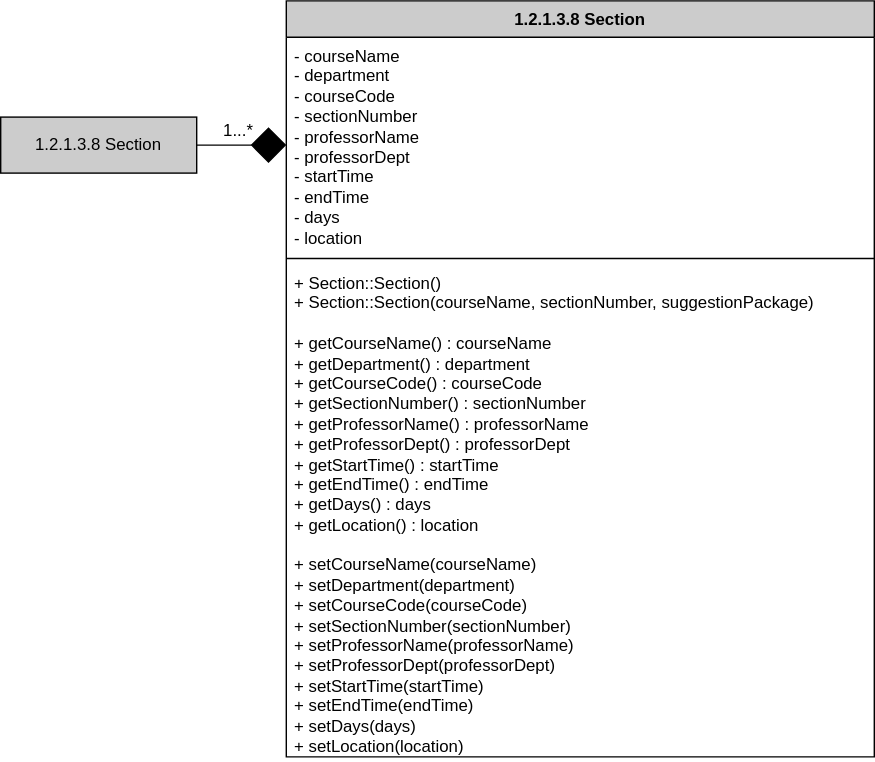
Before: Logic/TeamTwoFiles/1.2.1.3.8SectionClassDiagram.svg, a diagram exported from draw.io (MckennahPalmer/CSE430). Source tidied: cells renumbered, new cells last; positions are measured from the earlier drawing's top-left corner, leaving out a move shared by most shapes. Source of this version:
```xml
<mxGraphModel>
  <root>
    <mxCell id="0" />
    <mxCell id="1" parent="0" />
    <mxCell id="2" value="1.2.1.3.8 Section" style="swimlane;fontStyle=1;align=center;verticalAlign=top;horizontal=1;startSize=26;whiteSpace=wrap;html=1;fillColor=#CCCCCC;" parent="1" vertex="1">
      <mxGeometry x="204" width="420" height="540" as="geometry" />
    </mxCell>
    <mxCell id="3" value="- courseName&lt;br&gt;- department&lt;br&gt;- courseCode&lt;br&gt;- sectionNumber&lt;br&gt;- professorName&lt;br&gt;- professorDept&lt;br&gt;- startTime&lt;br&gt;- endTime&lt;br&gt;- days&lt;br&gt;- location" style="text;strokeColor=none;fillColor=none;align=left;verticalAlign=top;spacingLeft=4;spacingRight=4;overflow=hidden;points=[[0,0.5],[1,0.5]];portConstraint=eastwest;whiteSpace=wrap;html=1;" parent="2" vertex="1">
      <mxGeometry y="26" width="420" height="154" as="geometry" />
    </mxCell>
    <mxCell id="4" style="line;strokeWidth=1;fillColor=none;align=left;verticalAlign=middle;spacingTop=-1;spacingLeft=3;spacingRight=3;labelPosition=right;strokeColor=inherit;" parent="2" vertex="1">
      <mxGeometry y="180" width="420" height="8" as="geometry" />
    </mxCell>
    <mxCell id="5" value="+ Section::Section()&lt;br&gt;+ Section::Section(courseName, sectionNumber, suggestionPackage)&lt;br&gt;&lt;br&gt;+ getCourseName() : courseName&lt;br&gt;+ getDepartment() : department&lt;br&gt;+ getCourseCode() : courseCode&lt;br&gt;+ getSectionNumber() : sectionNumber&lt;br&gt;+ getProfessorName() : professorName&lt;br&gt;+ getProfessorDept() : professorDept&lt;br&gt;+ getStartTime() : startTime&lt;br&gt;+ getEndTime() : endTime&lt;br&gt;+ getDays() : days&lt;br&gt;+ getLocation() : location&lt;br&gt;&lt;br&gt;+ setCourseName(courseName)&lt;br style=&quot;border-color: var(--border-color);&quot;&gt;+ setDepartment(department)&lt;br style=&quot;border-color: var(--border-color);&quot;&gt;+ setCourseCode(courseCode)&lt;br style=&quot;border-color: var(--border-color);&quot;&gt;+ setSectionNumber(sectionNumber)&lt;br style=&quot;border-color: var(--border-color);&quot;&gt;+ setProfessorName(professorName)&lt;br style=&quot;border-color: var(--border-color);&quot;&gt;+ setProfessorDept(professorDept)&lt;br style=&quot;border-color: var(--border-color);&quot;&gt;+ setStartTime(startTime)&lt;br style=&quot;border-color: var(--border-color);&quot;&gt;+ setEndTime(endTime)&lt;br style=&quot;border-color: var(--border-color);&quot;&gt;+ setDays(days)&lt;br style=&quot;border-color: var(--border-color);&quot;&gt;+ setLocation(location)" style="text;strokeColor=none;fillColor=none;align=left;verticalAlign=top;spacingLeft=4;spacingRight=4;overflow=hidden;whiteSpace=wrap;html=1;" parent="2" vertex="1">
      <mxGeometry y="188" width="420" height="352" as="geometry" />
    </mxCell>
    <mxCell id="6" value="1.2.1.3.8 Section" style="rounded=0;whiteSpace=wrap;html=1;fillColor=#CCCCCC;" parent="1" vertex="1">
      <mxGeometry y="83" width="140" height="40" as="geometry" />
    </mxCell>
    <mxCell id="7" style="endArrow=diamond;html=1;rounded=0;endFill=1;endSize=23;exitX=1;exitY=0.5;exitDx=0;exitDy=0;entryX=0;entryY=0.5;entryDx=0;entryDy=0;" parent="1" edge="1" source="6" target="3">
      <mxGeometry relative="1" as="geometry" />
    </mxCell>
    <mxCell id="8" value="1...*" style="text;html=1;align=center;verticalAlign=middle;whiteSpace=wrap;rounded=0;" parent="1" vertex="1">
      <mxGeometry x="140" y="78" width="60" height="30" as="geometry" />
    </mxCell>
  </root>
</mxGraphModel>
```
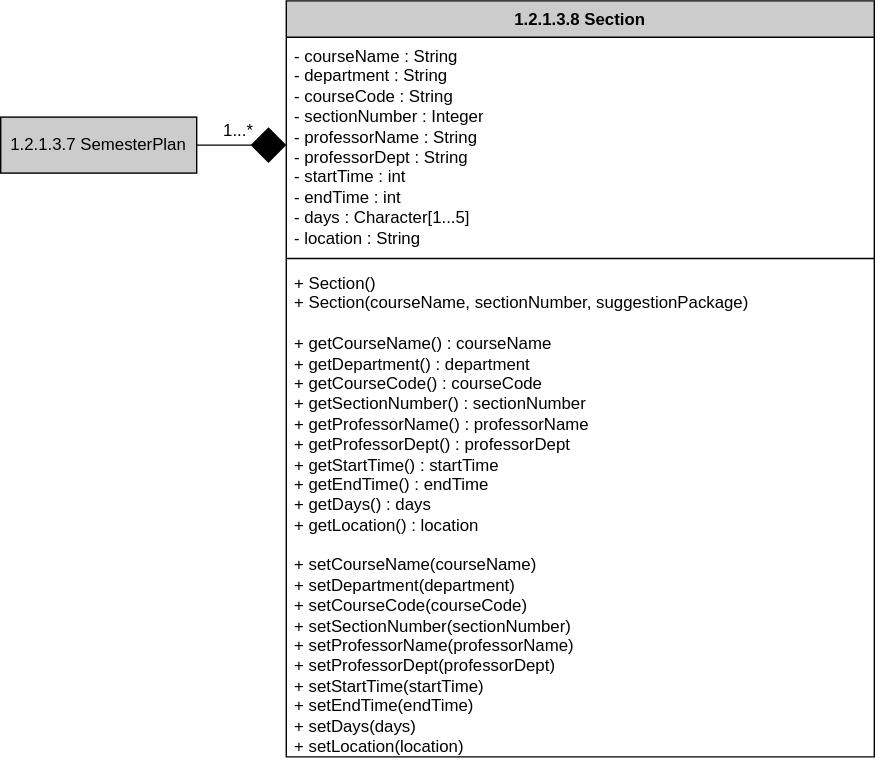
The same diagram one commit later.

Change to the diagram source:
```diff
@@ -5,16 +5,16 @@
     <mxCell id="2" value="1.2.1.3.8 Section" style="swimlane;fontStyle=1;align=center;verticalAlign=top;horizontal=1;startSize=26;whiteSpace=wrap;html=1;fillColor=#CCCCCC;" parent="1" vertex="1">
       <mxGeometry x="204" width="420" height="540" as="geometry" />
     </mxCell>
-    <mxCell id="3" value="- courseName&lt;br&gt;- department&lt;br&gt;- courseCode&lt;br&gt;- sectionNumber&lt;br&gt;- professorName&lt;br&gt;- professorDept&lt;br&gt;- startTime&lt;br&gt;- endTime&lt;br&gt;- days&lt;br&gt;- location" style="text;strokeColor=none;fillColor=none;align=left;verticalAlign=top;spacingLeft=4;spacingRight=4;overflow=hidden;points=[[0,0.5],[1,0.5]];portConstraint=eastwest;whiteSpace=wrap;html=1;" parent="2" vertex="1">
+    <mxCell id="3" value="- courseName : String&lt;br&gt;- department : String&lt;br&gt;- courseCode : String&lt;br&gt;- sectionNumber : Integer&lt;br&gt;- professorName : String&lt;br&gt;- professorDept : String&lt;br&gt;- startTime : int&lt;br&gt;- endTime : int&lt;br&gt;- days : Character[1...5]&lt;br&gt;- location : String" style="text;strokeColor=none;fillColor=none;align=left;verticalAlign=top;spacingLeft=4;spacingRight=4;overflow=hidden;points=[[0,0.5],[1,0.5]];portConstraint=eastwest;whiteSpace=wrap;html=1;" parent="2" vertex="1">
       <mxGeometry y="26" width="420" height="154" as="geometry" />
     </mxCell>
     <mxCell id="4" style="line;strokeWidth=1;fillColor=none;align=left;verticalAlign=middle;spacingTop=-1;spacingLeft=3;spacingRight=3;labelPosition=right;strokeColor=inherit;" parent="2" vertex="1">
       <mxGeometry y="180" width="420" height="8" as="geometry" />
     </mxCell>
-    <mxCell id="5" value="+ Section::Section()&lt;br&gt;+ Section::Section(courseName, sectionNumber, suggestionPackage)&lt;br&gt;&lt;br&gt;+ getCourseName() : courseName&lt;br&gt;+ getDepartment() : department&lt;br&gt;+ getCourseCode() : courseCode&lt;br&gt;+ getSectionNumber() : sectionNumber&lt;br&gt;+ getProfessorName() : professorName&lt;br&gt;+ getProfessorDept() : professorDept&lt;br&gt;+ getStartTime() : startTime&lt;br&gt;+ getEndTime() : endTime&lt;br&gt;+ getDays() : days&lt;br&gt;+ getLocation() : location&lt;br&gt;&lt;br&gt;+ setCourseName(courseName)&lt;br style=&quot;border-color: var(--border-color);&quot;&gt;+ setDepartment(department)&lt;br style=&quot;border-color: var(--border-color);&quot;&gt;+ setCourseCode(courseCode)&lt;br style=&quot;border-color: var(--border-color);&quot;&gt;+ setSectionNumber(sectionNumber)&lt;br style=&quot;border-color: var(--border-color);&quot;&gt;+ setProfessorName(professorName)&lt;br style=&quot;border-color: var(--border-color);&quot;&gt;+ setProfessorDept(professorDept)&lt;br style=&quot;border-color: var(--border-color);&quot;&gt;+ setStartTime(startTime)&lt;br style=&quot;border-color: var(--border-color);&quot;&gt;+ setEndTime(endTime)&lt;br style=&quot;border-color: var(--border-color);&quot;&gt;+ setDays(days)&lt;br style=&quot;border-color: var(--border-color);&quot;&gt;+ setLocation(location)" style="text;strokeColor=none;fillColor=none;align=left;verticalAlign=top;spacingLeft=4;spacingRight=4;overflow=hidden;whiteSpace=wrap;html=1;" parent="2" vertex="1">
+    <mxCell id="5" value="+ Section()&lt;br&gt;+ Section(courseName, sectionNumber, suggestionPackage)&lt;br&gt;&lt;br&gt;+ getCourseName() : courseName&lt;br&gt;+ getDepartment() : department&lt;br&gt;+ getCourseCode() : courseCode&lt;br&gt;+ getSectionNumber() : sectionNumber&lt;br&gt;+ getProfessorName() : professorName&lt;br&gt;+ getProfessorDept() : professorDept&lt;br&gt;+ getStartTime() : startTime&lt;br&gt;+ getEndTime() : endTime&lt;br&gt;+ getDays() : days&lt;br&gt;+ getLocation() : location&lt;br&gt;&lt;br&gt;+ setCourseName(courseName)&lt;br style=&quot;border-color: var(--border-color);&quot;&gt;+ setDepartment(department)&lt;br style=&quot;border-color: var(--border-color);&quot;&gt;+ setCourseCode(courseCode)&lt;br style=&quot;border-color: var(--border-color);&quot;&gt;+ setSectionNumber(sectionNumber)&lt;br style=&quot;border-color: var(--border-color);&quot;&gt;+ setProfessorName(professorName)&lt;br style=&quot;border-color: var(--border-color);&quot;&gt;+ setProfessorDept(professorDept)&lt;br style=&quot;border-color: var(--border-color);&quot;&gt;+ setStartTime(startTime)&lt;br style=&quot;border-color: var(--border-color);&quot;&gt;+ setEndTime(endTime)&lt;br style=&quot;border-color: var(--border-color);&quot;&gt;+ setDays(days)&lt;br style=&quot;border-color: var(--border-color);&quot;&gt;+ setLocation(location)" style="text;strokeColor=none;fillColor=none;align=left;verticalAlign=top;spacingLeft=4;spacingRight=4;overflow=hidden;whiteSpace=wrap;html=1;" parent="2" vertex="1">
       <mxGeometry y="188" width="420" height="352" as="geometry" />
     </mxCell>
-    <mxCell id="6" value="1.2.1.3.8 Section" style="rounded=0;whiteSpace=wrap;html=1;fillColor=#CCCCCC;" parent="1" vertex="1">
+    <mxCell id="6" value="1.2.1.3.7 SemesterPlan" style="rounded=0;whiteSpace=wrap;html=1;fillColor=#CCCCCC;" parent="1" vertex="1">
       <mxGeometry y="83" width="140" height="40" as="geometry" />
     </mxCell>
     <mxCell id="7" style="endArrow=diamond;html=1;rounded=0;endFill=1;endSize=23;exitX=1;exitY=0.5;exitDx=0;exitDy=0;entryX=0;entryY=0.5;entryDx=0;entryDy=0;" parent="1" edge="1" source="6" target="3">
```
